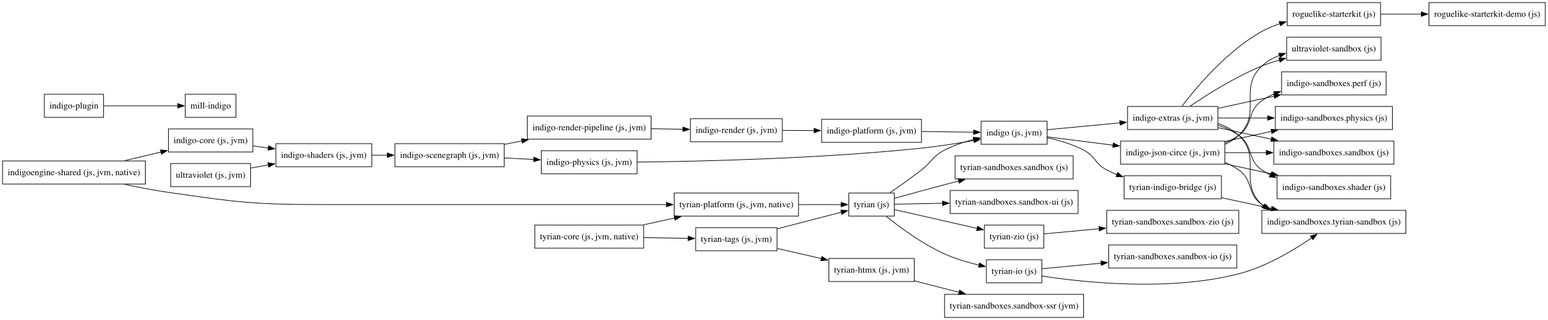
This is diagrams/indigoengine.png from PurpleKingdomGames/indigoengine, a Graphviz export, as it was before one commit. Its source is kept beside it as diagrams/indigoengine.dot.
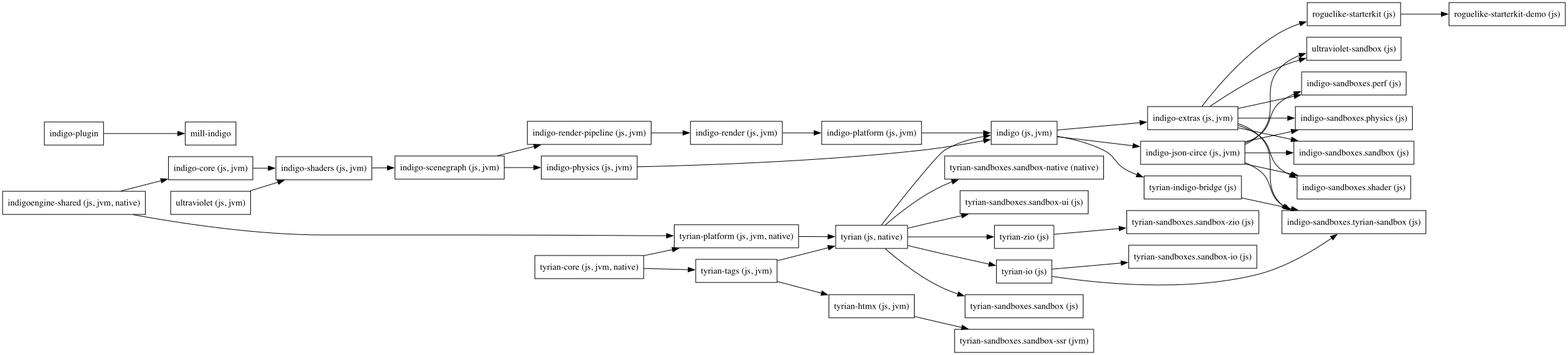
The same diagram one commit later.

The edit, as a diff of the source:
```diff
@@ -20,7 +20,7 @@
   "mill-indigo" ["style"="solid","shape"="box"]
   "roguelike-starterkit (js)" ["style"="solid","shape"="box"]
   "roguelike-starterkit-demo (js)" ["style"="solid","shape"="box"]
-  "tyrian (js)" ["style"="solid","shape"="box"]
+  "tyrian (js, native)" ["style"="solid","shape"="box"]
   "tyrian-core (js, jvm, native)" ["style"="solid","shape"="box"]
   "tyrian-htmx (js, jvm)" ["style"="solid","shape"="box"]
   "tyrian-indigo-bridge (js)" ["style"="solid","shape"="box"]
@@ -28,6 +28,7 @@
   "tyrian-platform (js, jvm, native)" ["style"="solid","shape"="box"]
   "tyrian-sandboxes.sandbox (js)" ["style"="solid","shape"="box"]
   "tyrian-sandboxes.sandbox-io (js)" ["style"="solid","shape"="box"]
+  "tyrian-sandboxes.sandbox-native (native)" ["style"="solid","shape"="box"]
   "tyrian-sandboxes.sandbox-ssr (jvm)" ["style"="solid","shape"="box"]
   "tyrian-sandboxes.sandbox-ui (js)" ["style"="solid","shape"="box"]
   "tyrian-sandboxes.sandbox-zio (js)" ["style"="solid","shape"="box"]
@@ -63,19 +64,20 @@
   "indigoengine-shared (js, jvm, native)" -> "indigo-core (js, jvm)"
   "indigoengine-shared (js, jvm, native)" -> "tyrian-platform (js, jvm, native)"
   "roguelike-starterkit (js)" -> "roguelike-starterkit-demo (js)"
-  "tyrian (js)" -> "indigo (js, jvm)"
-  "tyrian (js)" -> "tyrian-io (js)"
-  "tyrian (js)" -> "tyrian-sandboxes.sandbox (js)"
-  "tyrian (js)" -> "tyrian-sandboxes.sandbox-ui (js)"
-  "tyrian (js)" -> "tyrian-zio (js)"
+  "tyrian (js, native)" -> "indigo (js, jvm)"
+  "tyrian (js, native)" -> "tyrian-io (js)"
+  "tyrian (js, native)" -> "tyrian-sandboxes.sandbox (js)"
+  "tyrian (js, native)" -> "tyrian-sandboxes.sandbox-native (native)"
+  "tyrian (js, native)" -> "tyrian-sandboxes.sandbox-ui (js)"
+  "tyrian (js, native)" -> "tyrian-zio (js)"
   "tyrian-core (js, jvm, native)" -> "tyrian-platform (js, jvm, native)"
   "tyrian-core (js, jvm, native)" -> "tyrian-tags (js, jvm)"
   "tyrian-htmx (js, jvm)" -> "tyrian-sandboxes.sandbox-ssr (jvm)"
   "tyrian-indigo-bridge (js)" -> "indigo-sandboxes.tyrian-sandbox (js)"
   "tyrian-io (js)" -> "indigo-sandboxes.tyrian-sandbox (js)"
   "tyrian-io (js)" -> "tyrian-sandboxes.sandbox-io (js)"
-  "tyrian-platform (js, jvm, native)" -> "tyrian (js)"
-  "tyrian-tags (js, jvm)" -> "tyrian (js)"
+  "tyrian-platform (js, jvm, native)" -> "tyrian (js, native)"
+  "tyrian-tags (js, jvm)" -> "tyrian (js, native)"
   "tyrian-tags (js, jvm)" -> "tyrian-htmx (js, jvm)"
   "tyrian-zio (js)" -> "tyrian-sandboxes.sandbox-zio (js)"
   "ultraviolet (js, jvm)" -> "indigo-shaders (js, jvm)"
```
